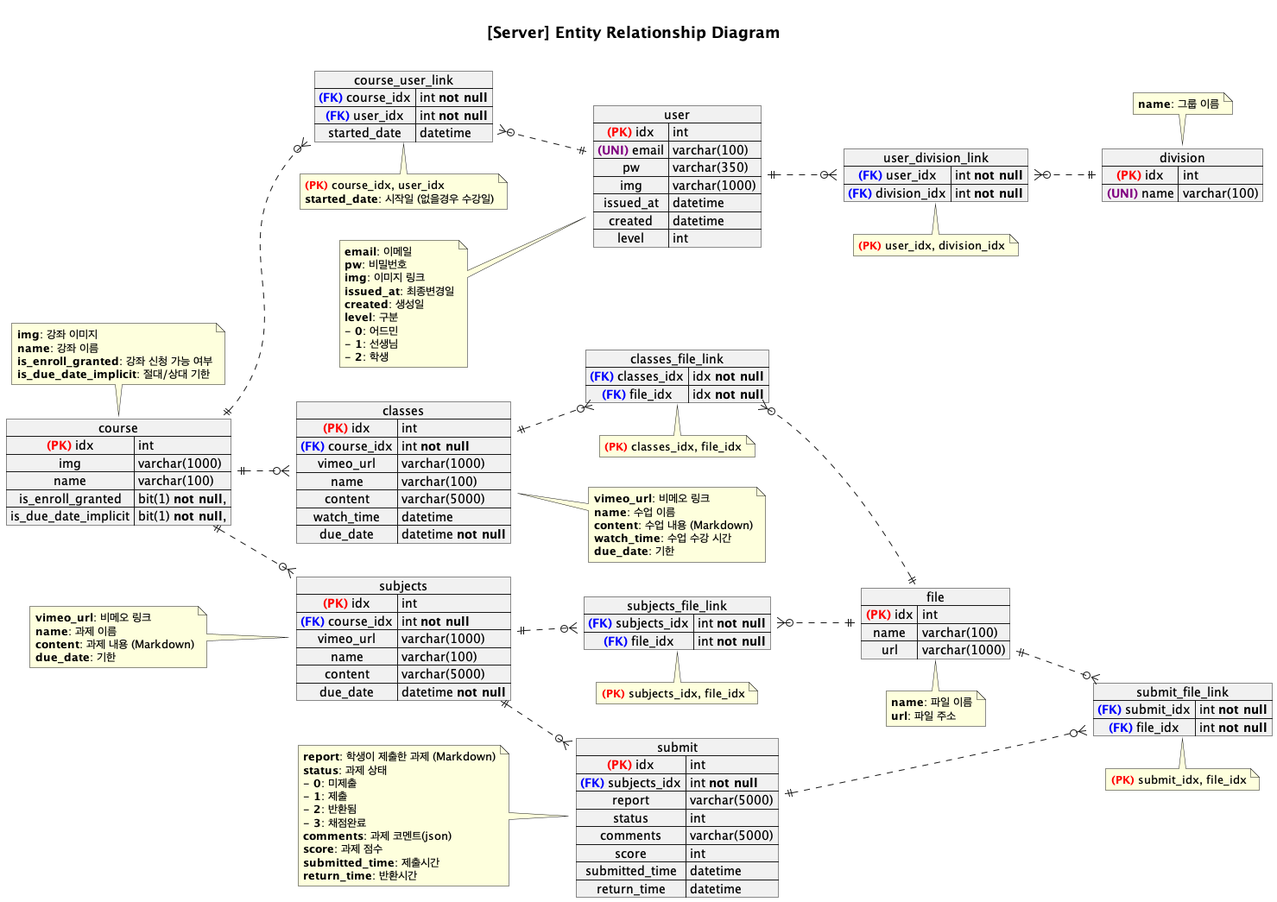
DokySp/project-emt keeps this PlantUML diagram as design/erd.png. Above is the earlier version.
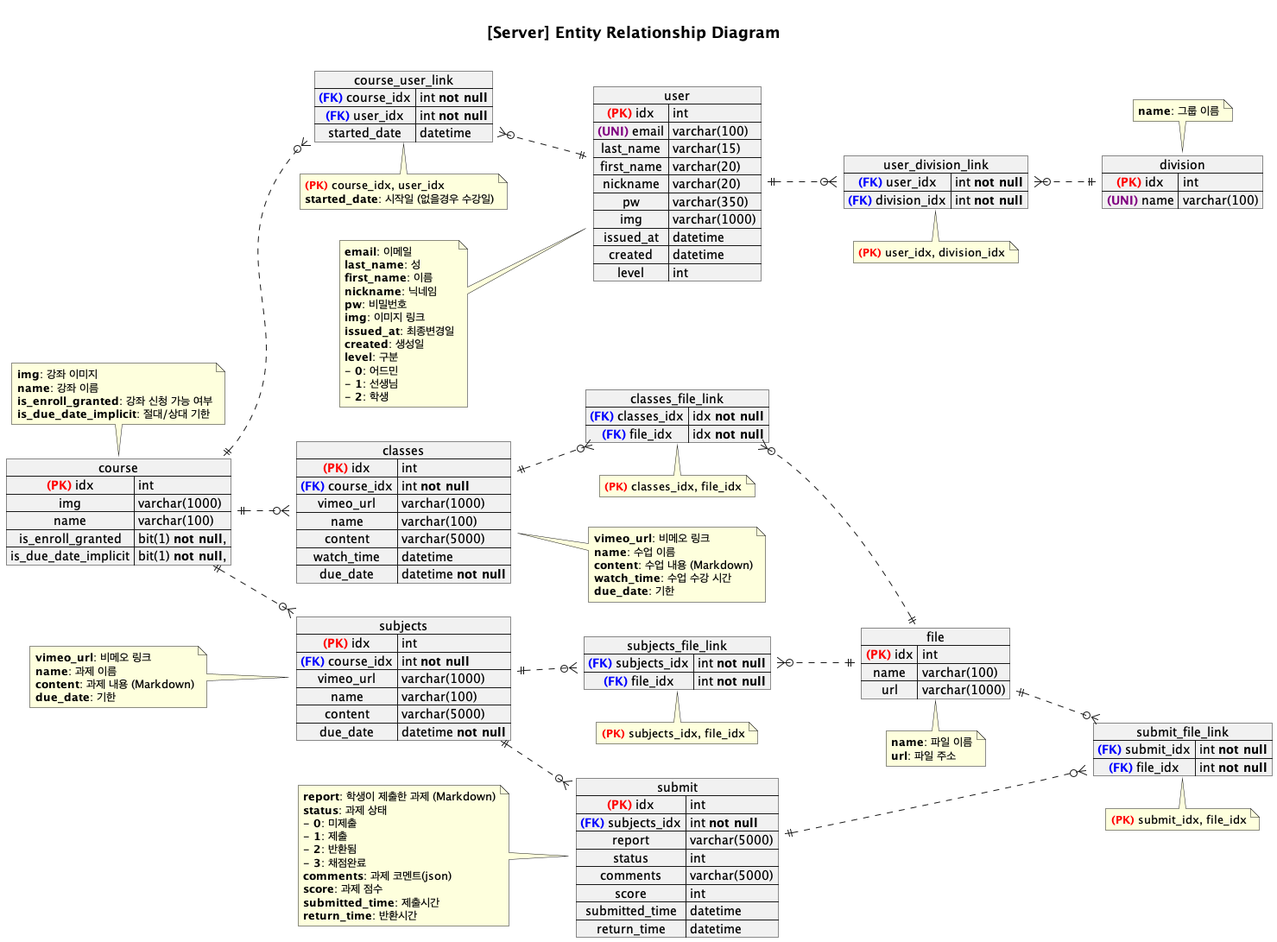
Later version of the same file.

Commit message:
[BE] #3-1 User → name 관련 내용 추가

What changed in the source:
```diff
@@ -67,13 +67,16 @@
 map user {
   <color:red>**(PK)**</color> idx => int
   <color:purple>**(UNI)**</color> email => varchar(100)
+  last_name => varchar(15)
+  first_name => varchar(20)
+  nickname => varchar(20)
   pw => varchar(350)
   img => varchar(1000)
   issued_at => datetime
   created => datetime
   level => int
 }
-note left: **email**: 이메일\n**pw**: 비밀번호\n**img**: 이미지 링크\n**issued_at**: 최종변경일\n**created**: 생성일\n**level**: 구분\n- **0**: 어드민\n- **1**: 선생님\n- **2**: 학생
+note left: **email**: 이메일\n**last_name**: 성\n**first_name**: 이름\n**nickname**: 닉네임\n**pw**: 비밀번호\n**img**: 이미지 링크\n**issued_at**: 최종변경일\n**created**: 생성일\n**level**: 구분\n- **0**: 어드민\n- **1**: 선생님\n- **2**: 학생
 
 
 
```
